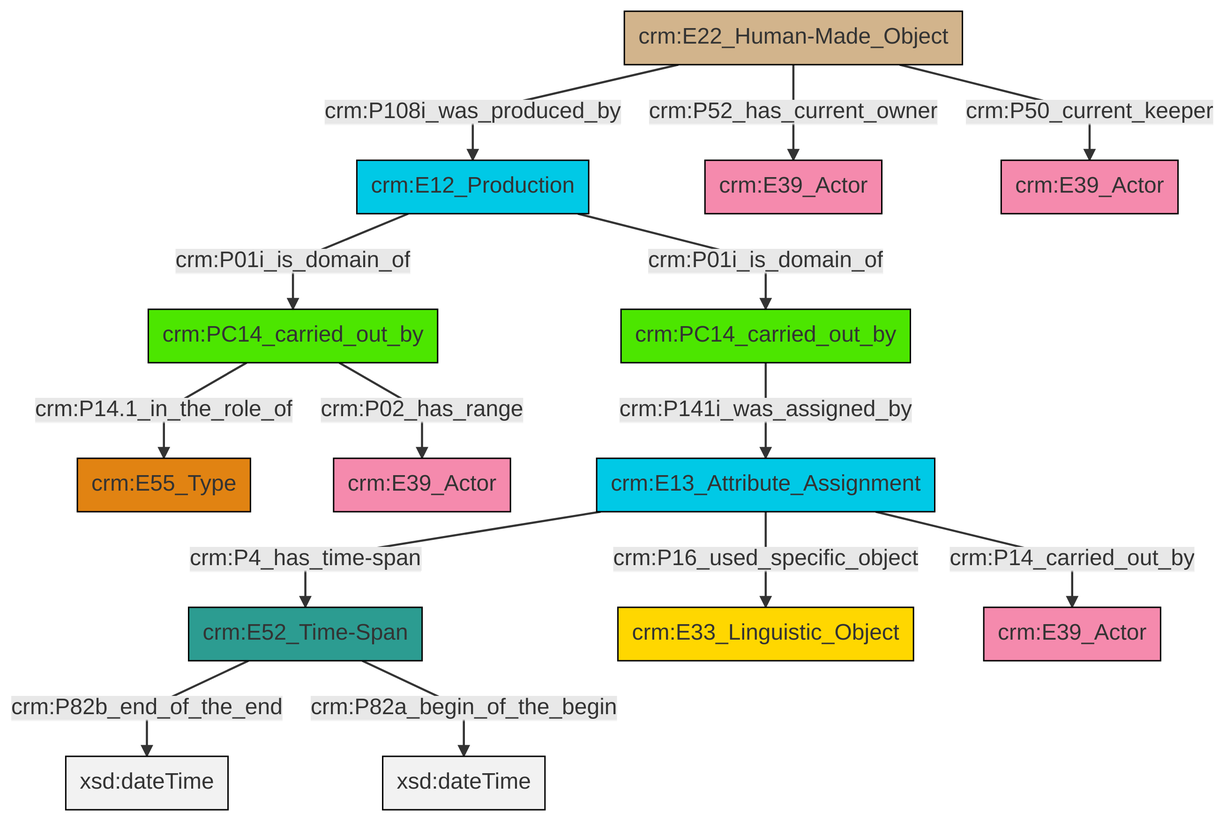
This is et/carrierCSV/ttl/mmd/png/carrier_relations.png from swiss-art-research-net/docs.swissartresearch, a Mermaid export, as it was before one commit. Its source is kept beside it as et/carrierCSV/ttl/mmd/carrier_relations.ttl.mmd.
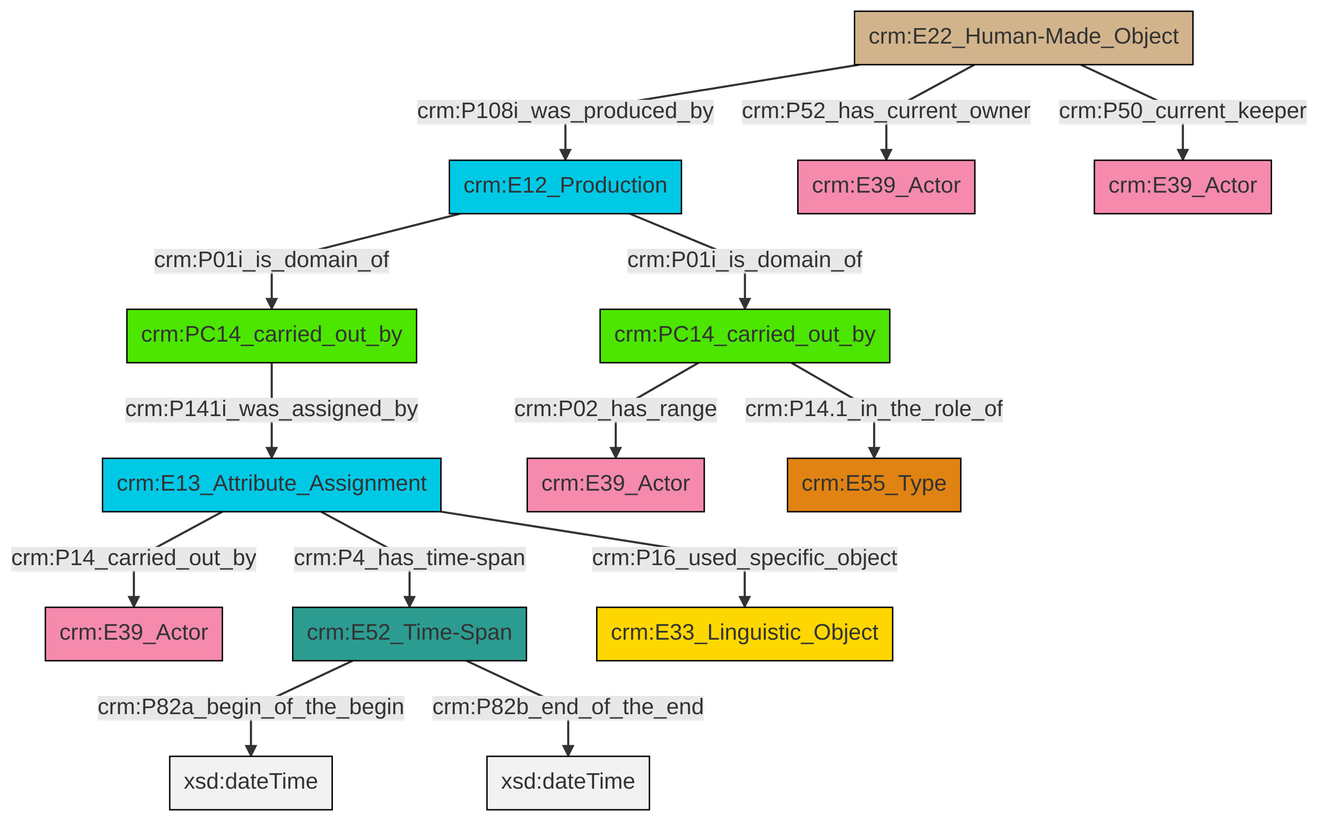
After the change.

Change to the diagram source:
```diff
@@ -14,15 +14,15 @@
 classDef Multi fill:#cccccc,stroke:#000000;
 
 0["crm:E12_Production"]:::Temporal_Entity -->|crm:P01i_is_domain_of| 1["crm:PC14_carried_out_by"]:::PC_Classes
-2["crm:PC14_carried_out_by"]:::PC_Classes -->|crm:P14.1_in_the_role_of| 3["crm:E55_Type"]:::Type
-4["crm:E22_Human-Made_Object"]:::Physical_Thing -->|crm:P52_has_current_owner| 5["crm:E39_Actor"]:::Actor
-2["crm:PC14_carried_out_by"]:::PC_Classes -->|crm:P02_has_range| 9["crm:E39_Actor"]:::Actor
-11["crm:E52_Time-Span"]:::Time-Span -->|crm:P82b_end_of_the_end| 12[xsd:dateTime]:::Literal
-11["crm:E52_Time-Span"]:::Time-Span -->|crm:P82a_begin_of_the_begin| 15[xsd:dateTime]:::Literal
-4["crm:E22_Human-Made_Object"]:::Physical_Thing -->|crm:P108i_was_produced_by| 0["crm:E12_Production"]:::Temporal_Entity
-1["crm:PC14_carried_out_by"]:::PC_Classes -->|crm:P141i_was_assigned_by| 16["crm:E13_Attribute_Assignment"]:::Temporal_Entity
-0["crm:E12_Production"]:::Temporal_Entity -->|crm:P01i_is_domain_of| 2["crm:PC14_carried_out_by"]:::PC_Classes
-16["crm:E13_Attribute_Assignment"]:::Temporal_Entity -->|crm:P16_used_specific_object| 18["crm:E33_Linguistic_Object"]:::Conceptual_Object
-16["crm:E13_Attribute_Assignment"]:::Temporal_Entity -->|crm:P4_has_time-span| 11["crm:E52_Time-Span"]:::Time-Span
-4["crm:E22_Human-Made_Object"]:::Physical_Thing -->|crm:P50_current_keeper| 13["crm:E39_Actor"]:::Actor
-16["crm:E13_Attribute_Assignment"]:::Temporal_Entity -->|crm:P14_carried_out_by| 21["crm:E39_Actor"]:::Actor
+2["crm:E22_Human-Made_Object"]:::Physical_Thing -->|crm:P108i_was_produced_by| 0["crm:E12_Production"]:::Temporal_Entity
+2["crm:E22_Human-Made_Object"]:::Physical_Thing -->|crm:P52_has_current_owner| 3["crm:E39_Actor"]:::Actor
+1["crm:PC14_carried_out_by"]:::PC_Classes -->|crm:P141i_was_assigned_by| 8["crm:E13_Attribute_Assignment"]:::Temporal_Entity
+14["crm:PC14_carried_out_by"]:::PC_Classes -->|crm:P02_has_range| 5["crm:E39_Actor"]:::Actor
+18["crm:E52_Time-Span"]:::Time-Span -->|crm:P82a_begin_of_the_begin| 21[xsd:dateTime]:::Literal
+8["crm:E13_Attribute_Assignment"]:::Temporal_Entity -->|crm:P14_carried_out_by| 22["crm:E39_Actor"]:::Actor
+8["crm:E13_Attribute_Assignment"]:::Temporal_Entity -->|crm:P4_has_time-span| 18["crm:E52_Time-Span"]:::Time-Span
+8["crm:E13_Attribute_Assignment"]:::Temporal_Entity -->|crm:P16_used_specific_object| 12["crm:E33_Linguistic_Object"]:::Conceptual_Object
+2["crm:E22_Human-Made_Object"]:::Physical_Thing -->|crm:P50_current_keeper| 16["crm:E39_Actor"]:::Actor
+0["crm:E12_Production"]:::Temporal_Entity -->|crm:P01i_is_domain_of| 14["crm:PC14_carried_out_by"]:::PC_Classes
+18["crm:E52_Time-Span"]:::Time-Span -->|crm:P82b_end_of_the_end| 25[xsd:dateTime]:::Literal
+14["crm:PC14_carried_out_by"]:::PC_Classes -->|crm:P14.1_in_the_role_of| 9["crm:E55_Type"]:::Type
```
